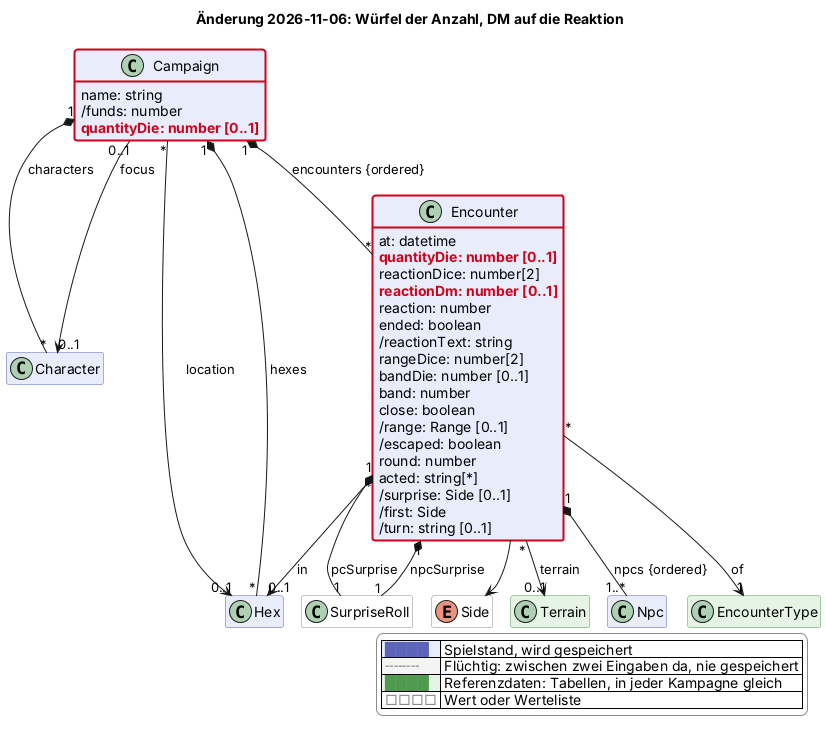
This is docs/changes/2026-11-06-wuerfel-der-anzahl.png from scuzzar/SRE, a PlantUML export, as it was before one commit.
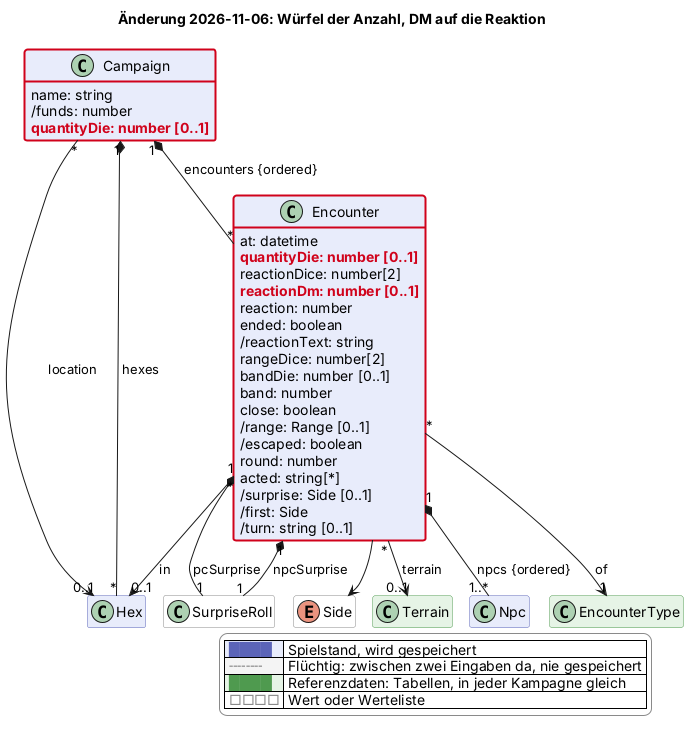
After the commit.

What changed in the source:
```diff
@@ -66,7 +66,6 @@
     /funds: number
     $new("2026-11-06", "quantityDie: number [0..1]")
   }
-  class Character $kampagne
 
 
   class Hex $sektor
@@ -99,8 +98,6 @@
   class EncounterType <<reference>> $begegnung
 
 
-Campaign "1" *-- "*" Character : characters
-Campaign "0..1" --> "0..1" Character : focus
 Campaign "*" --> "0..1" Hex : location
 
 
```
